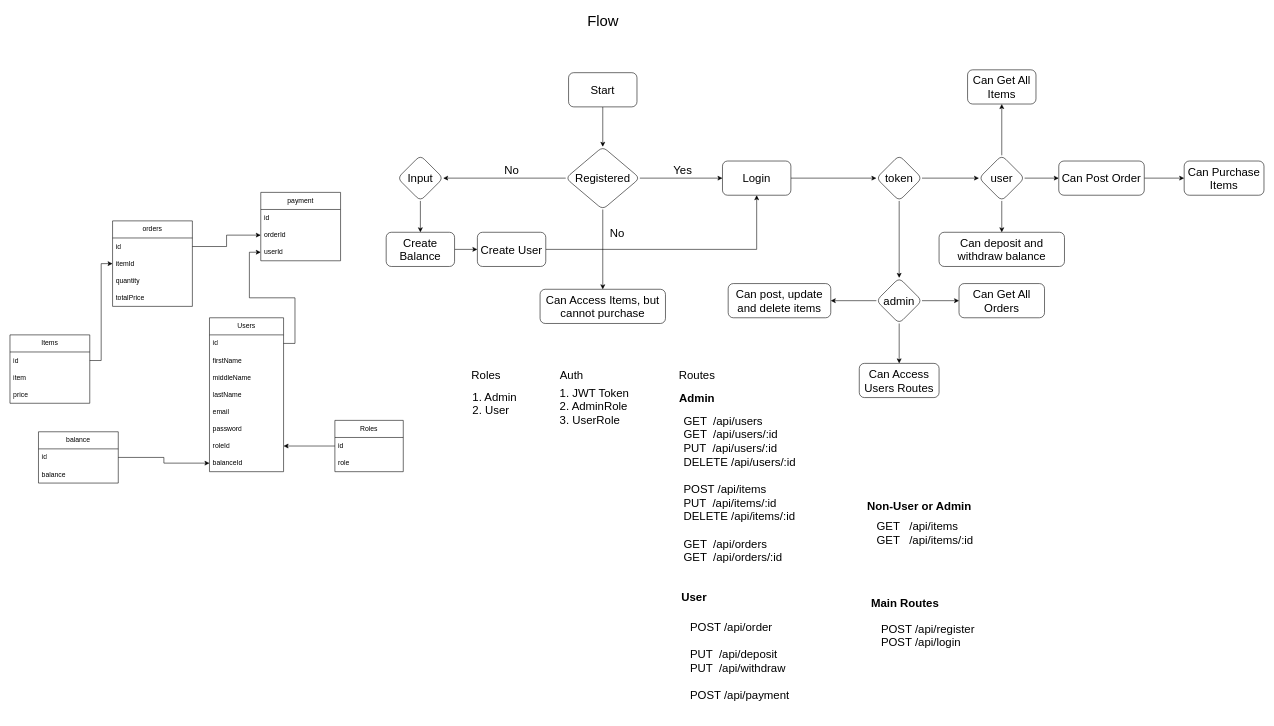
The draw.io diagram Untitled Diagram.drawio in rvldodo/stripe-api, before the edit. Source tidied: cells renumbered, new cells numbered last; positions are measured from the earlier drawing's top-left corner, leaving out a move shared by most shapes. Both pictures are drawn from the tidied source at 57%, with x=0, y=0 at pixel (10, 10).
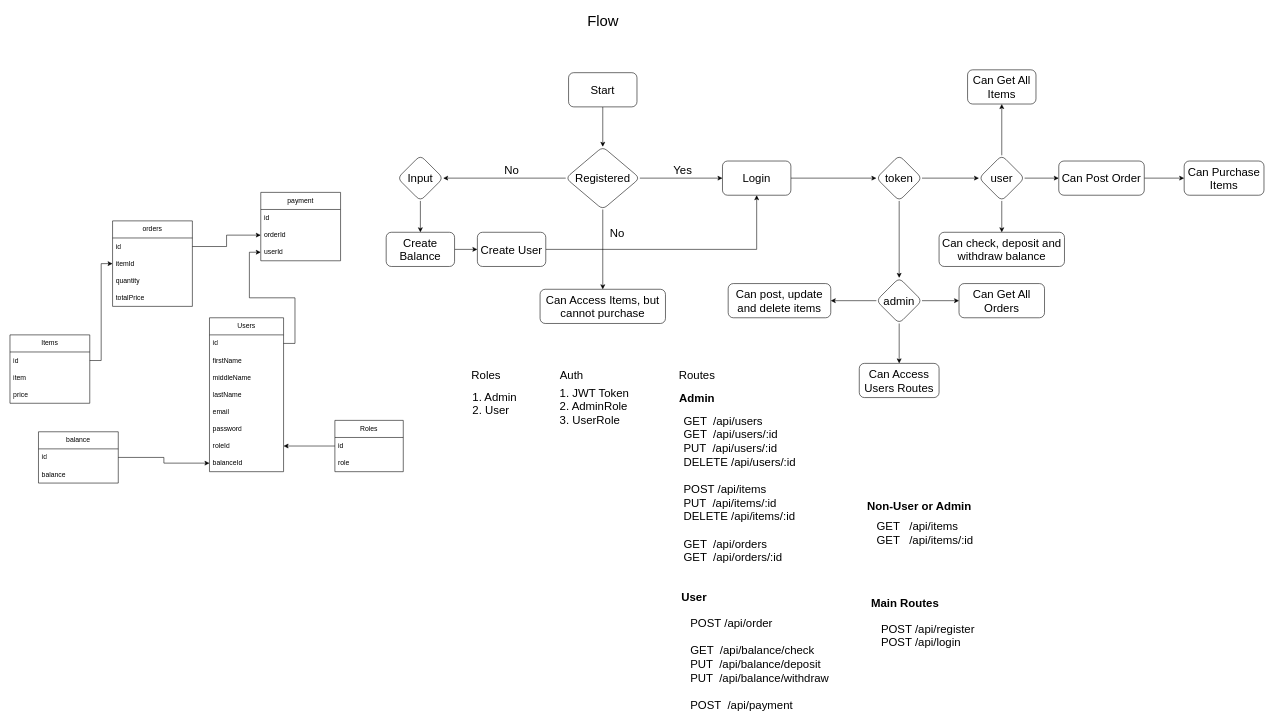
The same diagram, later.

What changed in the source:
```diff
@@
-    <mxCell id="72" value="&lt;font style=&quot;font-size: 20px;&quot;&gt;Can deposit and withdraw balance&lt;/font&gt;" style="whiteSpace=wrap;html=1;rounded=1;" parent="1" vertex="1">
+    <mxCell id="72" value="&lt;font style=&quot;font-size: 20px;&quot;&gt;Can check, deposit and withdraw balance&lt;/font&gt;" style="whiteSpace=wrap;html=1;rounded=1;" parent="1" vertex="1">
       <mxGeometry x="1630" y="390" width="220" height="60" as="geometry" />
     </mxCell>
@@
-    <mxCell id="82" value="&lt;div style=&quot;text-align: left;&quot;&gt;&lt;br&gt;&lt;/div&gt;&lt;div style=&quot;text-align: left;&quot;&gt;&lt;span style=&quot;font-size: 20px; background-color: initial;&quot;&gt;POST&lt;span style=&quot;white-space: pre;&quot;&gt; &lt;/span&gt;/api/order&lt;/span&gt;&lt;/div&gt;&lt;div style=&quot;text-align: left;&quot;&gt;&lt;span style=&quot;font-size: 20px; background-color: initial;&quot;&gt;&lt;br&gt;&lt;/span&gt;&lt;/div&gt;&lt;div style=&quot;text-align: left;&quot;&gt;&lt;span style=&quot;font-size: 20px;&quot;&gt;PUT&lt;span style=&quot;white-space: pre;&quot;&gt; &lt;/span&gt;&lt;span style=&quot;white-space: pre;&quot;&gt; &lt;/span&gt;/api/deposit&lt;/span&gt;&lt;/div&gt;&lt;div style=&quot;text-align: left;&quot;&gt;&lt;span style=&quot;font-size: 20px;&quot;&gt;PUT&lt;span style=&quot;white-space: pre;&quot;&gt; &lt;/span&gt;&lt;span style=&quot;white-space: pre;&quot;&gt; &lt;/span&gt;/api/withdraw&lt;/span&gt;&lt;/div&gt;&lt;div style=&quot;text-align: left;&quot;&gt;&lt;span style=&quot;font-size: 20px;&quot;&gt;&lt;br&gt;&lt;/span&gt;&lt;/div&gt;&lt;div style=&quot;text-align: left;&quot;&gt;&lt;span style=&quot;font-size: 20px;&quot;&gt;POST&lt;span style=&quot;white-space: pre;&quot;&gt; &lt;/span&gt;/api/payment&lt;/span&gt;&lt;/div&gt;" style="text;html=1;align=center;verticalAlign=middle;strokeColor=none;fillColor=none;" parent="1" vertex="1">
-      <mxGeometry x="1165" y="1050" width="230" height="170" as="geometry" />
+    <mxCell id="82" value="&lt;div style=&quot;text-align: left;&quot;&gt;&lt;br&gt;&lt;/div&gt;&lt;div style=&quot;text-align: left;&quot;&gt;&lt;span style=&quot;font-size: 20px; background-color: initial;&quot;&gt;POST&lt;span style=&quot;white-space: pre;&quot;&gt; &lt;/span&gt;/api/order&lt;/span&gt;&lt;/div&gt;&lt;div style=&quot;text-align: left;&quot;&gt;&lt;span style=&quot;font-size: 20px; background-color: initial;&quot;&gt;&lt;br&gt;&lt;/span&gt;&lt;/div&gt;&lt;div style=&quot;text-align: left;&quot;&gt;&lt;span style=&quot;font-size: 20px;&quot;&gt;GET&lt;span style=&quot;white-space: pre;&quot;&gt; &lt;/span&gt;&lt;span style=&quot;white-space: pre;&quot;&gt; &lt;/span&gt;/api/balance/check&lt;/span&gt;&lt;/div&gt;&lt;div style=&quot;text-align: left;&quot;&gt;&lt;span style=&quot;font-size: 20px;&quot;&gt;PUT&lt;span style=&quot;white-space: pre;&quot;&gt; &lt;span style=&quot;white-space: pre;&quot;&gt; &lt;/span&gt;&lt;/span&gt;/api/balance/deposit&lt;/span&gt;&lt;/div&gt;&lt;div style=&quot;text-align: left;&quot;&gt;&lt;span style=&quot;font-size: 20px;&quot;&gt;PUT&lt;span style=&quot;white-space: pre;&quot;&gt; &lt;span style=&quot;white-space: pre;&quot;&gt; &lt;/span&gt;&lt;/span&gt;/api/balance/withdraw&lt;/span&gt;&lt;/div&gt;&lt;div style=&quot;text-align: left;&quot;&gt;&lt;span style=&quot;font-size: 20px;&quot;&gt;&lt;br&gt;&lt;/span&gt;&lt;/div&gt;&lt;div style=&quot;text-align: left;&quot;&gt;&lt;span style=&quot;font-size: 20px;&quot;&gt;POST&lt;span style=&quot;white-space: pre;&quot;&gt; &lt;span style=&quot;white-space: pre;&quot;&gt; &lt;/span&gt;&lt;/span&gt;/api/payment&lt;/span&gt;&lt;/div&gt;" style="text;html=1;align=center;verticalAlign=middle;strokeColor=none;fillColor=none;" parent="1" vertex="1">
+      <mxGeometry x="1165" y="1040" width="300" height="200" as="geometry" />
     </mxCell>
```
